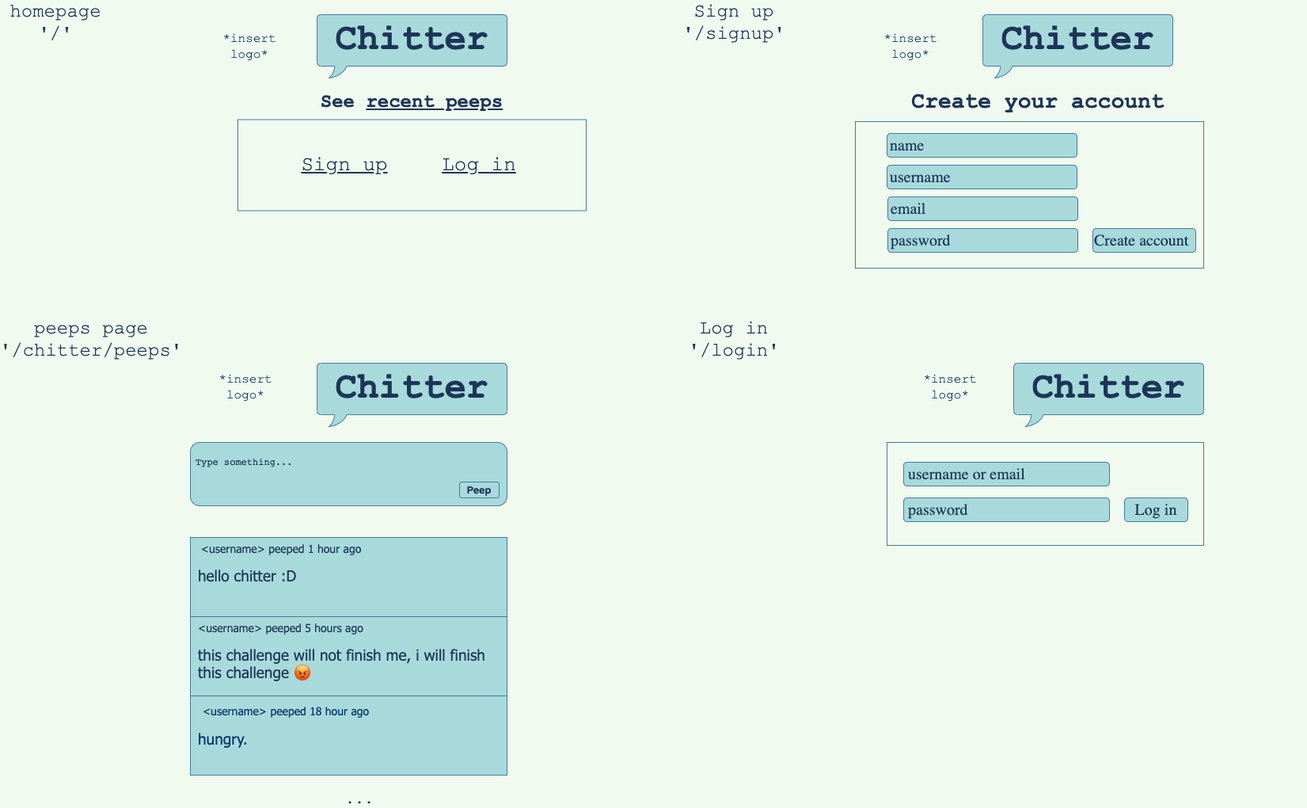
Earlier version of the draw.io export images/chitter.png (dfa-projects/chitter-challenge). Source tidied: cells renumbered, new cells last; positions are measured from the earlier drawing's top-left corner, leaving out a move shared by most shapes.
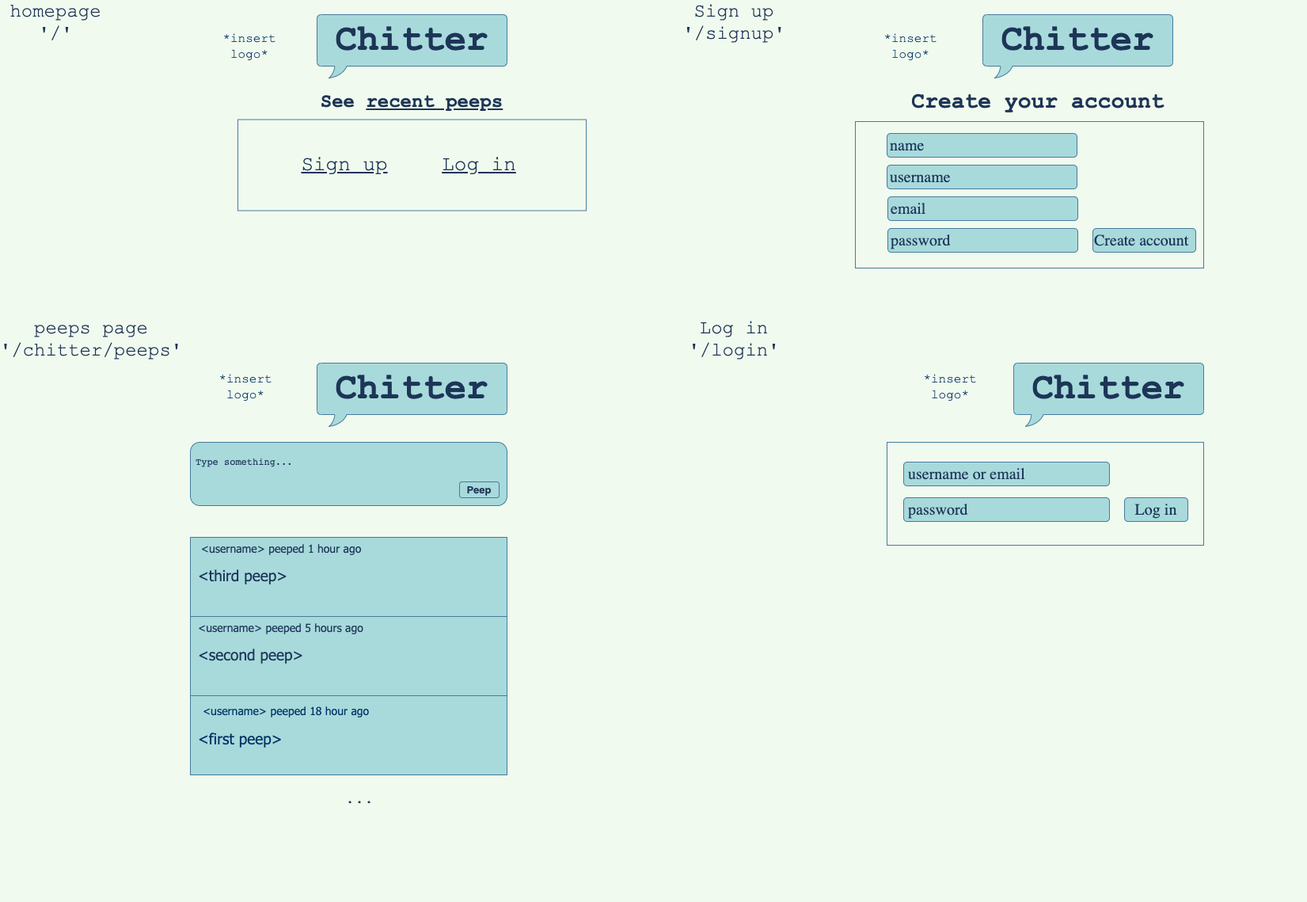
The same file after the commit.

What changed in the source:
```diff
@@ -5,7 +5,7 @@
     <mxCell id="2" value="&lt;b&gt;&lt;font face=&quot;Courier New&quot; style=&quot;font-size: 46px&quot;&gt;Chitter&lt;/font&gt;&lt;/b&gt;" style="whiteSpace=wrap;html=1;shape=mxgraph.basic.roundRectCallout;dx=30;dy=15;size=5;boundedLbl=1;labelBackgroundColor=none;fontColor=#1D3557;fillColor=#A8DADC;strokeColor=#457B9D;" parent="1" vertex="1">
       <mxGeometry x="400" y="450" width="240" height="80" as="geometry" />
     </mxCell>
-    <mxCell id="3" value="&lt;font face=&quot;Tahoma&quot;&gt;&amp;nbsp;&lt;font style=&quot;font-size: 14px&quot;&gt;&amp;lt;username&amp;gt; peeped 1 hour ago&lt;br&gt;&lt;/font&gt;&lt;br&gt;&lt;span style=&quot;font-size: 19px&quot;&gt;hello chitter :D&lt;/span&gt;&lt;br&gt;&lt;/font&gt;" style="rounded=0;html=1;labelBackgroundColor=none;fontColor=#1D3557;verticalAlign=top;align=left;fillColor=#A8DADC;strokeColor=#457B9D;whiteSpace=wrap;labelBorderColor=none;spacingTop=0;spacingLeft=8;spacingRight=0;" parent="1" vertex="1">
+    <mxCell id="3" value="&lt;font face=&quot;Tahoma&quot;&gt;&amp;nbsp;&lt;font style=&quot;font-size: 14px&quot;&gt;&amp;lt;username&amp;gt; peeped 1 hour ago&lt;br&gt;&lt;/font&gt;&lt;br&gt;&lt;span style=&quot;font-size: 19px&quot;&gt;&amp;lt;third peep&amp;gt;&lt;/span&gt;&lt;br&gt;&lt;/font&gt;" style="rounded=0;html=1;labelBackgroundColor=none;fontColor=#1D3557;verticalAlign=top;align=left;fillColor=#A8DADC;strokeColor=#457B9D;whiteSpace=wrap;labelBorderColor=none;spacingTop=0;spacingLeft=8;spacingRight=0;" parent="1" vertex="1">
       <mxGeometry x="240" y="670" width="400" height="100" as="geometry" />
     </mxCell>
     <mxCell id="4" value="&lt;pre style=&quot;line-height: 100%&quot;&gt;Type something...&lt;/pre&gt;" style="rounded=1;whiteSpace=wrap;html=1;labelBackgroundColor=none;fontColor=#1D3557;align=left;verticalAlign=top;fillColor=#A8DADC;strokeColor=#457B9D;spacingLeft=5;" parent="1" vertex="1">
@@ -17,10 +17,10 @@
     <mxCell id="6" value="Peep" style="rounded=1;labelBackgroundColor=none;fontSize=13;fontColor=#1D3557;fontStyle=1;fillColor=#A8DADC;strokeColor=#457B9D;labelBorderColor=none;html=1;whiteSpace=wrap;" parent="1" vertex="1">
       <mxGeometry x="580" y="600" width="50" height="20" as="geometry" />
     </mxCell>
-    <mxCell id="7" value="&lt;font face=&quot;Tahoma&quot;&gt;&lt;font style=&quot;font-size: 14px&quot;&gt;&amp;lt;username&amp;gt; peeped 5 hours ago&lt;/font&gt;&lt;br&gt;&lt;br&gt;&lt;span style=&quot;font-size: 19px&quot;&gt;this challenge will not finish me, i will finish this challenge 😡&lt;/span&gt;&lt;br&gt;&lt;/font&gt;" style="rounded=0;html=1;labelBackgroundColor=none;fontColor=#1D3557;verticalAlign=top;align=left;fillColor=#A8DADC;strokeColor=#457B9D;whiteSpace=wrap;labelBorderColor=none;spacingTop=0;spacingLeft=8;spacingRight=1;" parent="1" vertex="1">
+    <mxCell id="7" value="&lt;font face=&quot;Tahoma&quot;&gt;&lt;font style=&quot;font-size: 14px&quot;&gt;&amp;lt;username&amp;gt; peeped 5 hours ago&lt;/font&gt;&lt;br&gt;&lt;br&gt;&lt;span style=&quot;font-size: 19px&quot;&gt;&amp;lt;second peep&amp;gt;&lt;/span&gt;&lt;br&gt;&lt;/font&gt;" style="rounded=0;html=1;labelBackgroundColor=none;fontColor=#1D3557;verticalAlign=top;align=left;fillColor=#A8DADC;strokeColor=#457B9D;whiteSpace=wrap;labelBorderColor=none;spacingTop=0;spacingLeft=8;spacingRight=1;" parent="1" vertex="1">
       <mxGeometry x="240" y="770" width="400" height="100" as="geometry" />
     </mxCell>
-    <mxCell id="8" value="&lt;font color=&quot;#003366&quot; face=&quot;Tahoma&quot;&gt;&lt;font style=&quot;font-size: 19px&quot;&gt;&amp;nbsp;&lt;/font&gt;&lt;font&gt;&lt;font style=&quot;font-size: 14px&quot;&gt;&amp;lt;username&amp;gt; peeped 18 hour ago&lt;/font&gt;&lt;br&gt;&lt;/font&gt;&lt;br&gt;&lt;span style=&quot;font-size: 19px&quot;&gt;hungry.&lt;/span&gt;&lt;br&gt;&lt;/font&gt;" style="rounded=0;html=1;labelBackgroundColor=none;fontColor=#1D3557;verticalAlign=top;align=left;fillColor=#A8DADC;strokeColor=#457B9D;whiteSpace=wrap;labelBorderColor=none;spacingTop=0;spacingLeft=8;spacingRight=6;" parent="1" vertex="1">
+    <mxCell id="8" value="&lt;font color=&quot;#003366&quot; face=&quot;Tahoma&quot;&gt;&lt;font style=&quot;font-size: 19px&quot;&gt;&amp;nbsp;&lt;/font&gt;&lt;font&gt;&lt;font style=&quot;font-size: 14px&quot;&gt;&amp;lt;username&amp;gt; peeped 18 hour ago&lt;/font&gt;&lt;br&gt;&lt;/font&gt;&lt;br&gt;&lt;span style=&quot;font-size: 19px&quot;&gt;&amp;lt;first peep&amp;gt;&lt;/span&gt;&lt;br&gt;&lt;/font&gt;" style="rounded=0;html=1;labelBackgroundColor=none;fontColor=#1D3557;verticalAlign=top;align=left;fillColor=#A8DADC;strokeColor=#457B9D;whiteSpace=wrap;labelBorderColor=none;spacingTop=0;spacingLeft=8;spacingRight=6;" parent="1" vertex="1">
       <mxGeometry x="240" y="870" width="400" height="100" as="geometry" />
     </mxCell>
     <mxCell id="9" value="&lt;b&gt;&lt;font style=&quot;font-size: 20px&quot; face=&quot;Courier New&quot;&gt;...&lt;/font&gt;&lt;/b&gt;" style="text;html=1;strokeColor=none;fillColor=none;align=center;verticalAlign=middle;whiteSpace=wrap;rounded=0;sketch=0;fontColor=#1D3557;" parent="1" vertex="1">
@@ -107,5 +107,8 @@
     <mxCell id="36" value="&amp;nbsp; &amp;nbsp; &amp;nbsp; &amp;nbsp; &amp;nbsp;" style="text;html=1;strokeColor=none;fillColor=none;align=left;verticalAlign=middle;whiteSpace=wrap;rounded=0;" parent="1" vertex="1">
       <mxGeometry x="1401" y="970" width="40" height="20" as="geometry" />
     </mxCell>
+    <mxCell id="37" value="&amp;nbsp; &amp;nbsp; &amp;nbsp;" style="text;html=1;strokeColor=none;fillColor=none;align=center;verticalAlign=middle;whiteSpace=wrap;rounded=0;" parent="1" vertex="1">
+      <mxGeometry x="400" y="1110" width="40" height="20" as="geometry" />
+    </mxCell>
   </root>
 </mxGraphModel>
```
